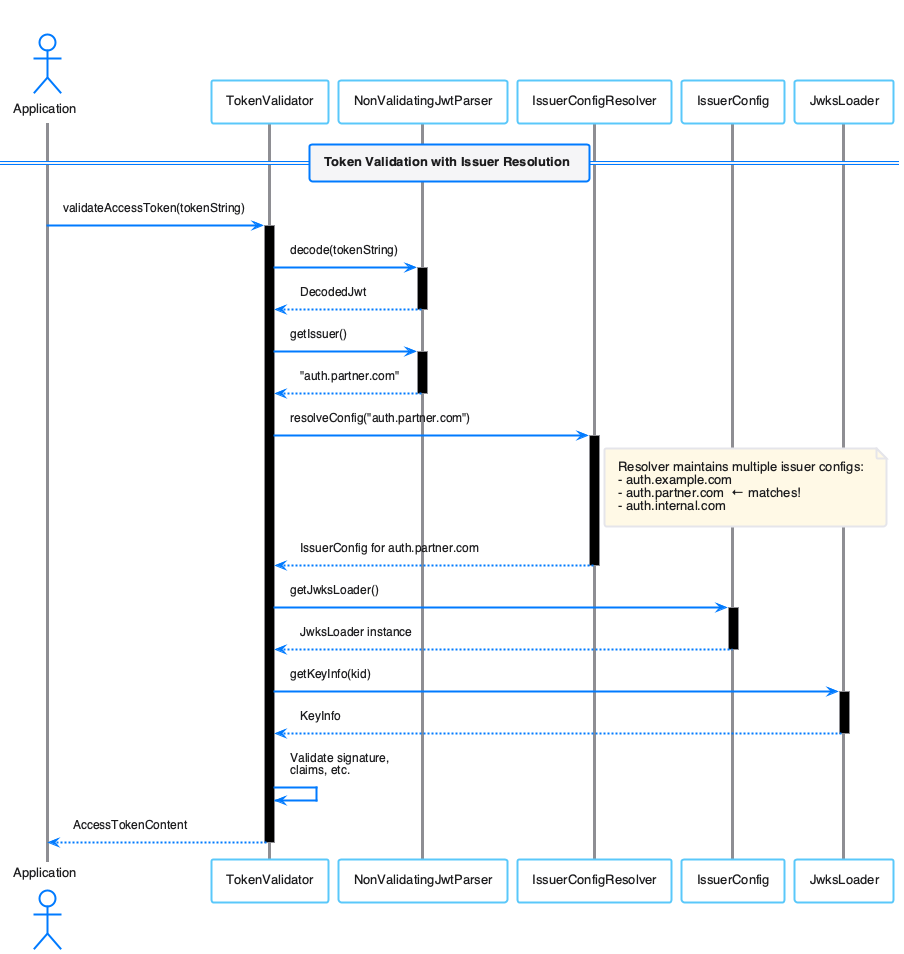
The PlantUML diagram doc/plantuml/multi-issuer-support.png in cuioss/TokenSheriff, before a commit.
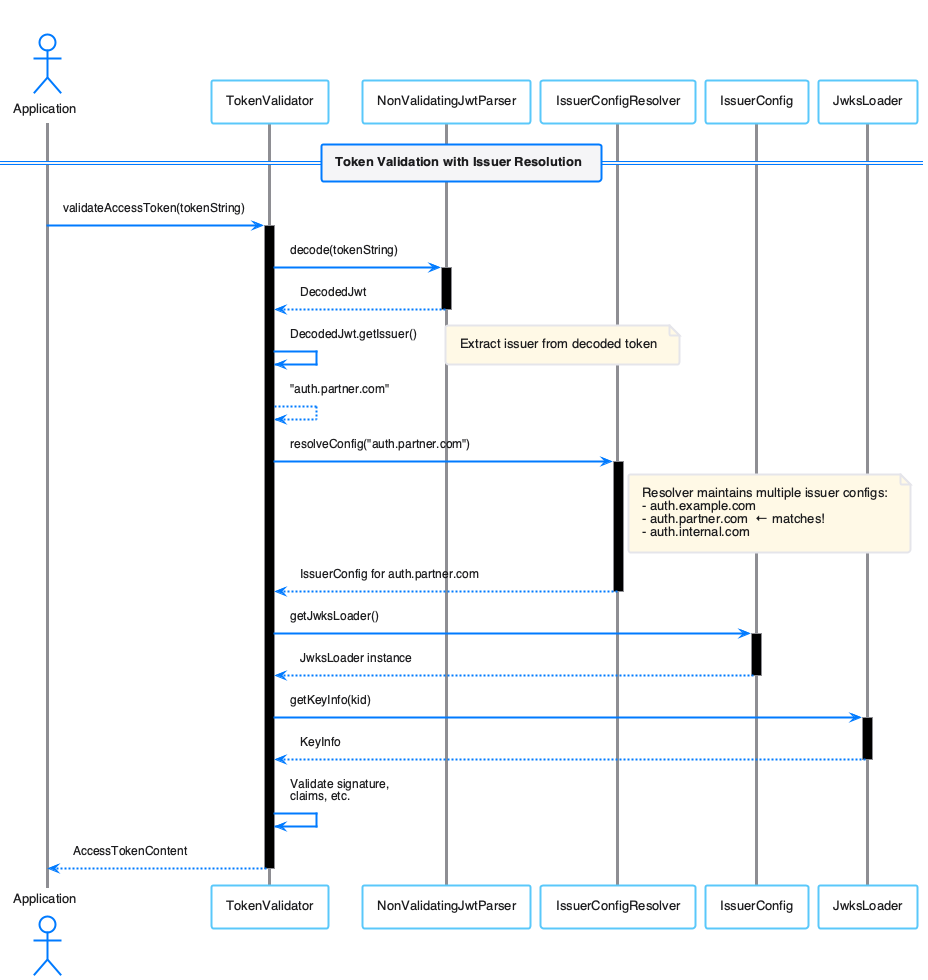
The same diagram one commit later.

Diff of the diagram source:
```diff
@@ -20,10 +20,9 @@
 Parser --> Validator: DecodedJwt
 deactivate Parser
 
-Validator -> Parser: getIssuer()
-activate Parser
-Parser --> Validator: "auth.partner.com"
-deactivate Parser
+Validator -> Validator: DecodedJwt.getIssuer()
+note right: Extract issuer from decoded token
+Validator --> Validator: "auth.partner.com"
 
 Validator -> Resolver: resolveConfig("auth.partner.com")
 activate Resolver
```
